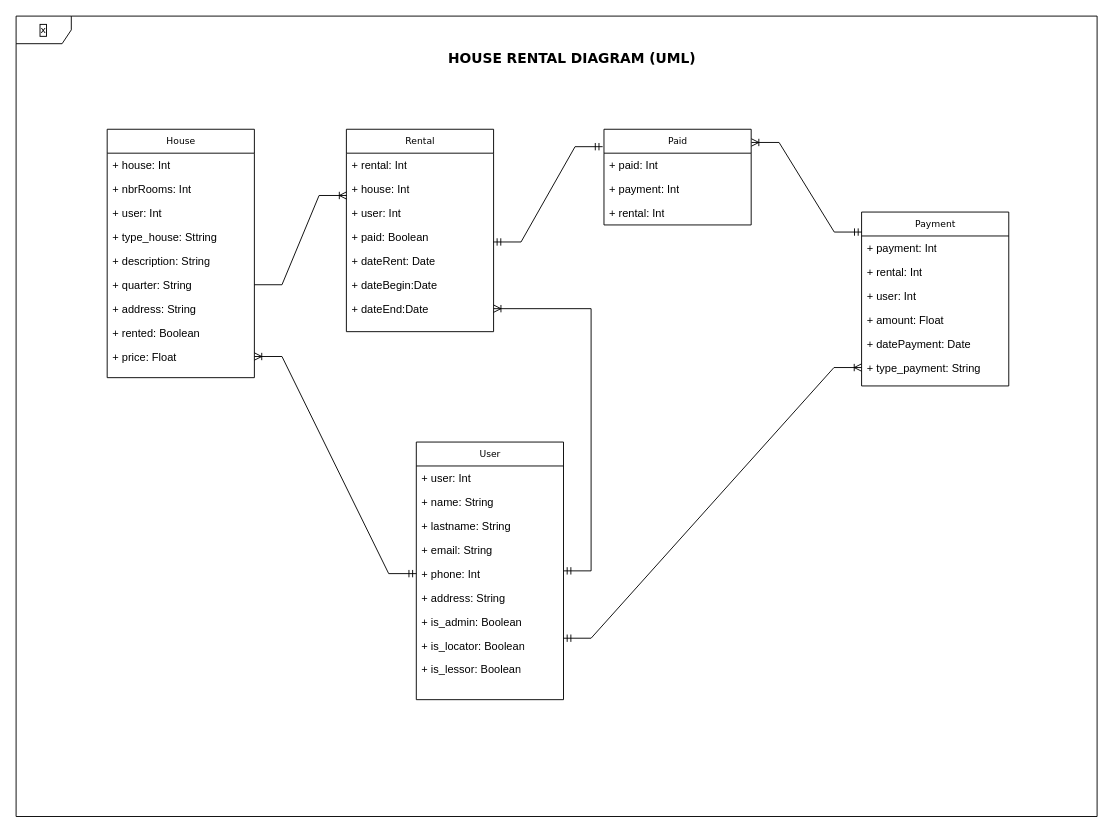
Earlier version of the draw.io diagram Untitled Diagram.drawio (Archippe-m-arkip/location-maison). Source tidied: cells renumbered, new cells numbered last; positions are measured from the earlier drawing's top-left corner, leaving out a move shared by most shapes. Both pictures are drawn from the tidied source at 92%, with x=0, y=0 at pixel (-206, 16).
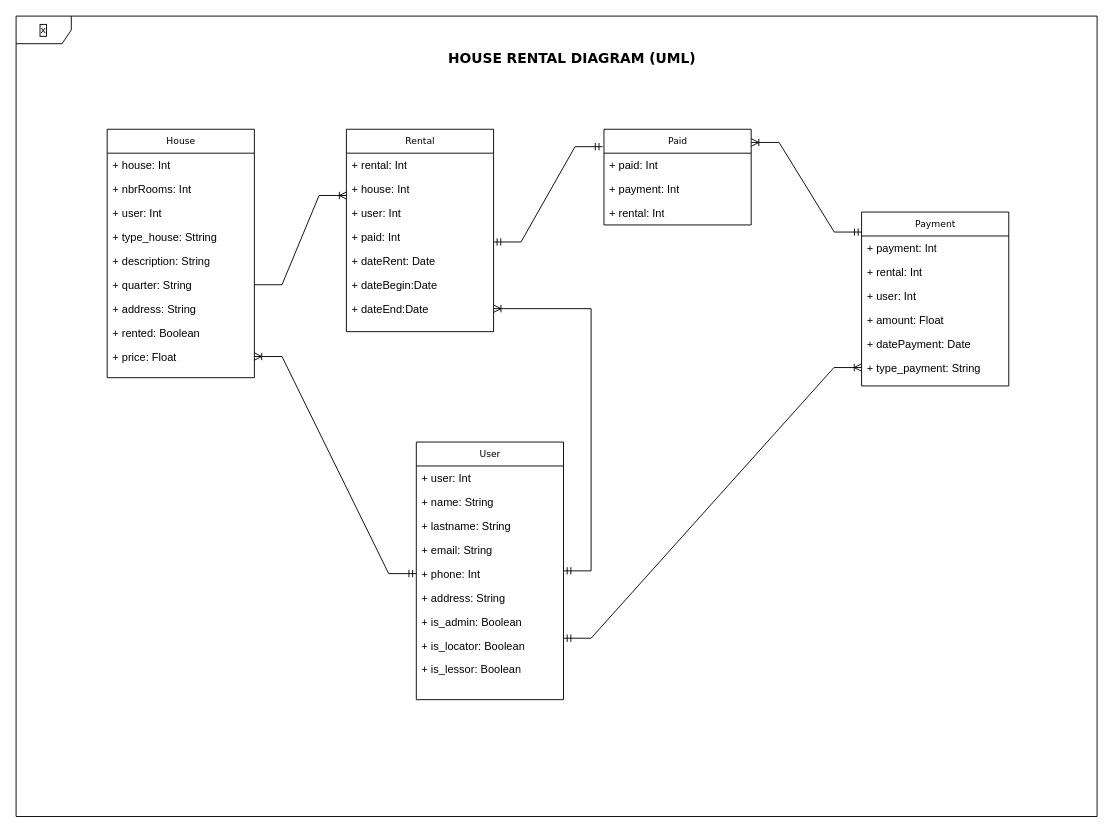
The same page after the edit.

Commit message:
correcting the  entity (rental)

Unchanged cells that the change refers to:
```xml
<mxCell id="7" value="Rental" style="swimlane;html=1;fontStyle=0;horizontal=1;startSize=26;fillColor=none;swimlaneFillColor=#ffffff;rounded=0;shadow=0;comic=0;labelBackgroundColor=default;strokeWidth=1;fontFamily=Verdana;fontSize=10;align=center;textShadow=0;" parent="1" vertex="1">
  <mxGeometry x="600" y="123" width="160" height="220" as="geometry" />
</mxCell>
```

The edit, as a diff of the source:
```diff
@@
-    <mxCell id="11" value="+ paid: Boolean" style="text;html=1;strokeColor=none;fillColor=none;align=left;verticalAlign=top;spacingLeft=4;spacingRight=4;whiteSpace=wrap;overflow=hidden;points=[[0,0.5],[1,0.5]];portConstraint=eastwest;labelBackgroundColor=default;textShadow=0;" parent="7" vertex="1">
+    <mxCell id="11" value="+ paid: Int" style="text;html=1;strokeColor=none;fillColor=none;align=left;verticalAlign=top;spacingLeft=4;spacingRight=4;whiteSpace=wrap;overflow=hidden;points=[[0,0.5],[1,0.5]];portConstraint=eastwest;labelBackgroundColor=default;textShadow=0;" parent="7" vertex="1">
       <mxGeometry y="104" width="160" height="26" as="geometry" />
     </mxCell>
```
